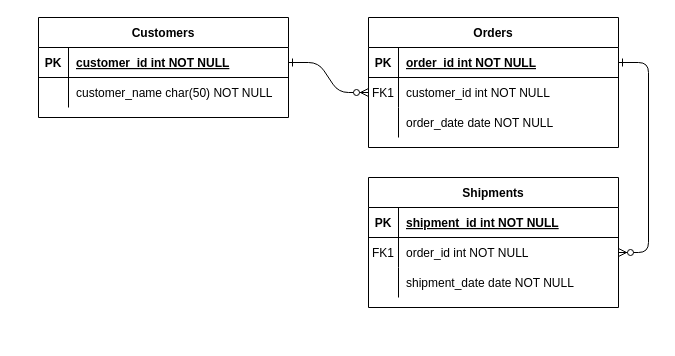
Above: Untitled Diagram.drawio in tricia-mj/Technical-Media-Inventory-System (draw.io), before the change. Source tidied: cells renumbered, new cells numbered last; positions are measured from the earlier drawing's top-left corner, leaving out a move shared by most shapes. Both pictures are drawn from the tidied source at 100%, with x=0, y=0 at pixel (38, 17).
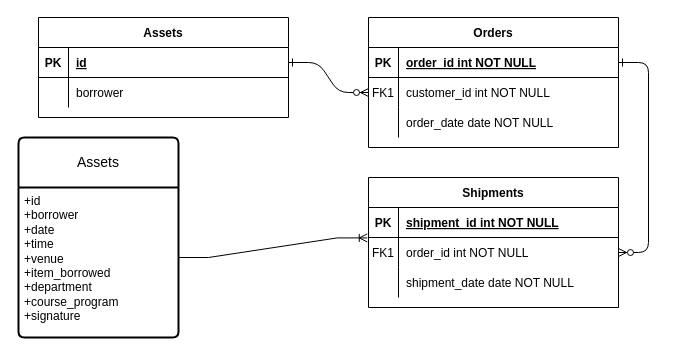
The same page after the edit.

Unchanged cells that the change refers to:
```xml
<mxCell id="18" style="shape=partialRectangle;fillColor=none;points=[[0,0.5],[1,0.5]];portConstraint=eastwest;top=0;left=0;right=0;bottom=0;" parent="14" vertex="1">
  <mxGeometry y="60" width="250" height="30" as="geometry" />
</mxCell>
<mxCell id="25" style="shape=partialRectangle;fillColor=none;points=[[0,0.5],[1,0.5]];portConstraint=eastwest;top=0;left=0;right=0;bottom=1;" parent="24" vertex="1">
  <mxGeometry y="30" width="250" height="30" as="geometry" />
</mxCell>
<mxCell id="28" style="shape=partialRectangle;fillColor=none;top=0;left=0;right=0;bottom=0;" parent="24" vertex="1">
  <mxGeometry y="60" width="250" height="30" as="geometry" />
</mxCell>
```

What changed in the source:
```diff
@@
-    <mxCell id="24" value="Customers" style="shape=table;startSize=30;childLayout=tableLayout;rowLines=0;fontStyle=1;align=center;" parent="1" vertex="1">
+    <mxCell id="24" value="Assets" style="shape=table;startSize=30;childLayout=tableLayout;rowLines=0;fontStyle=1;align=center;" parent="1" vertex="1">
       <mxGeometry width="250" height="100" as="geometry" />
     </mxCell>
@@
-    <mxCell id="27" value="customer_id int NOT NULL " style="shape=partialRectangle;overflow=hidden;fillColor=none;top=0;left=0;bottom=0;right=0;align=left;spacingLeft=6;fontStyle=5;" parent="25" vertex="1">
+    <mxCell id="27" value="id" style="shape=partialRectangle;overflow=hidden;fillColor=none;top=0;left=0;bottom=0;right=0;align=left;spacingLeft=6;fontStyle=5;" parent="25" vertex="1">
       <mxGeometry x="30" width="220" height="30" as="geometry" />
     </mxCell>
@@
-    <mxCell id="30" value="customer_name char(50) NOT NULL" style="shape=partialRectangle;overflow=hidden;fillColor=none;top=0;left=0;bottom=0;right=0;align=left;spacingLeft=6;" parent="28" vertex="1">
+    <mxCell id="30" value="borrower" style="shape=partialRectangle;overflow=hidden;fillColor=none;top=0;left=0;bottom=0;right=0;align=left;spacingLeft=6;" parent="28" vertex="1">
       <mxGeometry x="30" width="220" height="30" as="geometry" />
     </mxCell>
+    <mxCell id="31" value="Assets" style="swimlane;horizontal=1;startSize=50;rounded=1;fontSize=14;fontStyle=0;strokeWidth=2;shadow=0;dashed=0;align=center;arcSize=4;whiteSpace=wrap;html=1;" parent="1" vertex="1">
+      <mxGeometry x="-20" y="120" width="160" height="200" as="geometry" />
+    </mxCell>
+    <mxCell id="32" value="+id&lt;br&gt;+borrower&lt;br&gt;+date&lt;div&gt;+time&lt;br&gt;&lt;/div&gt;&lt;div&gt;+venue&lt;br&gt;&lt;/div&gt;&lt;div&gt;+&lt;span style=&quot;background-color: initial;&quot;&gt;item_borrowed&lt;/span&gt;&lt;br&gt;&lt;/div&gt;&lt;div&gt;+&lt;span style=&quot;background-color: initial;&quot;&gt;department&lt;/span&gt;&lt;br&gt;&lt;/div&gt;&lt;div&gt;+&lt;span style=&quot;background-color: initial;&quot;&gt;course_program&lt;/span&gt;&lt;br&gt;&lt;/div&gt;&lt;div&gt;+&lt;span style=&quot;background-color: initial;&quot;&gt;signature&lt;/span&gt;&lt;br&gt;&lt;/div&gt;&lt;div&gt;&lt;br&gt;&lt;/div&gt;" style="align=left;strokeColor=none;fillColor=none;spacingLeft=4;fontSize=12;verticalAlign=top;html=1;" parent="31" vertex="1">
+      <mxGeometry y="50" width="160" height="150" as="geometry" />
+    </mxCell>
+    <mxCell id="33" style="edgeStyle=entityRelationEdgeStyle;fontSize=12;html=1;endArrow=ERoneToMany;rounded=0;entryX=-0.005;entryY=0.014;entryDx=0;entryDy=0;entryPerimeter=0;" parent="1" edge="1" target="18">
+      <mxGeometry relative="1" as="geometry">
+        <mxPoint x="140" y="240" as="sourcePoint" />
+      </mxGeometry>
+    </mxCell>
```
